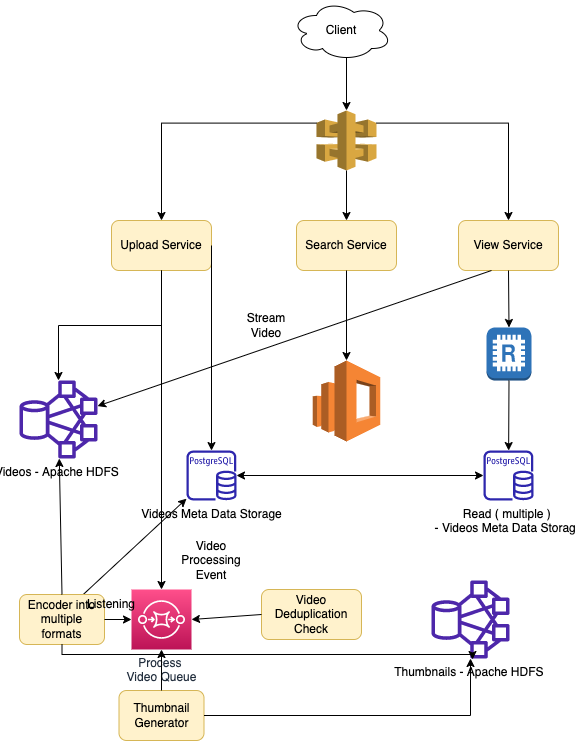
This is src/3_HLDDesignProblems/YouTubeVideoStreaming/HLD-YouTube-Streaming.drawio.png from Anshul619/HLD-System-Designs, a draw.io export, as it was before one commit. Source tidied: cells renumbered, new cells last; positions are measured from the earlier drawing's top-left corner, leaving out a move shared by most shapes. Its diagram source:
```xml
<mxGraphModel>
  <root>
    <mxCell id="0" />
    <mxCell id="1" parent="0" />
    <mxCell id="2" style="endArrow=classic;html=1;rounded=0;exitX=0.75;exitY=0;exitDx=0;exitDy=0;" parent="1" edge="1" source="13" target="30">
      <mxGeometry relative="1" as="geometry" />
    </mxCell>
    <mxCell id="3" value="Client" style="ellipse;shape=cloud;whiteSpace=wrap;html=1;" parent="1" vertex="1">
      <mxGeometry x="272" width="100" height="60" as="geometry" />
    </mxCell>
    <mxCell id="4" style="outlineConnect=0;dashed=0;verticalLabelPosition=bottom;verticalAlign=top;align=center;html=1;shape=mxgraph.aws3.api_gateway;fillColor=#D9A741;gradientColor=none;" parent="1" vertex="1">
      <mxGeometry x="297" y="110" width="60" height="60" as="geometry" />
    </mxCell>
    <mxCell id="5" style="endArrow=classic;html=1;rounded=0;exitX=0.55;exitY=0.95;exitDx=0;exitDy=0;exitPerimeter=0;" parent="1" edge="1" source="3" target="4">
      <mxGeometry relative="1" as="geometry" />
    </mxCell>
    <mxCell id="6" value="Upload Service" style="rounded=1;whiteSpace=wrap;html=1;fillColor=#fff2cc;strokeColor=#d6b656;" parent="1" vertex="1">
      <mxGeometry x="92" y="220" width="100" height="50" as="geometry" />
    </mxCell>
    <mxCell id="7" value="Search Service" style="rounded=1;whiteSpace=wrap;html=1;fillColor=#fff2cc;strokeColor=#d6b656;" parent="1" vertex="1">
      <mxGeometry x="277" y="220" width="100" height="50" as="geometry" />
    </mxCell>
    <mxCell id="8" value="View Service" style="rounded=1;whiteSpace=wrap;html=1;fillColor=#fff2cc;strokeColor=#d6b656;" parent="1" vertex="1">
      <mxGeometry x="439" y="220" width="100" height="50" as="geometry" />
    </mxCell>
    <mxCell id="9" style="endArrow=classic;html=1;rounded=0;entryX=0.5;entryY=0;entryDx=0;entryDy=0;exitX=0;exitY=0.21;exitDx=0;exitDy=0;exitPerimeter=0;edgeStyle=orthogonalEdgeStyle;" parent="1" edge="1" source="4" target="6">
      <mxGeometry relative="1" as="geometry" />
    </mxCell>
    <mxCell id="10" style="endArrow=classic;html=1;rounded=0;exitX=0.5;exitY=1;exitDx=0;exitDy=0;exitPerimeter=0;entryX=0.5;entryY=0;entryDx=0;entryDy=0;" parent="1" edge="1" source="4" target="7">
      <mxGeometry relative="1" as="geometry" />
    </mxCell>
    <mxCell id="11" style="endArrow=classic;html=1;rounded=0;exitX=1;exitY=0.21;exitDx=0;exitDy=0;exitPerimeter=0;entryX=0.5;entryY=0;entryDx=0;entryDy=0;edgeStyle=orthogonalEdgeStyle;" parent="1" edge="1" source="4" target="8">
      <mxGeometry relative="1" as="geometry" />
    </mxCell>
    <mxCell id="12" style="endArrow=classic;html=1;rounded=0;exitX=0.5;exitY=1;exitDx=0;exitDy=0;edgeStyle=orthogonalEdgeStyle;" parent="1" edge="1" source="6" target="21">
      <mxGeometry relative="1" as="geometry" />
    </mxCell>
    <mxCell id="13" value="Encoder into multiple formats" style="rounded=1;whiteSpace=wrap;html=1;fillColor=#fff2cc;strokeColor=#d6b656;" parent="1" vertex="1">
      <mxGeometry y="594" width="85" height="50" as="geometry" />
    </mxCell>
    <mxCell id="14" value="Thumbnail Generator" style="rounded=1;whiteSpace=wrap;html=1;fillColor=#fff2cc;strokeColor=#d6b656;" parent="1" vertex="1">
      <mxGeometry x="99.5" y="690" width="85" height="50" as="geometry" />
    </mxCell>
    <mxCell id="15" value="Process &lt;br&gt;Video Queue" style="sketch=0;points=[[0,0,0],[0.25,0,0],[0.5,0,0],[0.75,0,0],[1,0,0],[0,1,0],[0.25,1,0],[0.5,1,0],[0.75,1,0],[1,1,0],[0,0.25,0],[0,0.5,0],[0,0.75,0],[1,0.25,0],[1,0.5,0],[1,0.75,0]];outlineConnect=0;fontColor=#232F3E;gradientColor=#FF4F8B;gradientDirection=north;fillColor=#BC1356;strokeColor=#ffffff;dashed=0;verticalLabelPosition=bottom;verticalAlign=top;align=center;html=1;fontSize=12;fontStyle=0;shape=mxgraph.aws4.resourceIcon;resIcon=mxgraph.aws4.sqs;" parent="1" vertex="1">
      <mxGeometry x="112" y="589" width="60" height="60" as="geometry" />
    </mxCell>
    <mxCell id="16" style="endArrow=classic;html=1;rounded=0;edgeStyle=orthogonalEdgeStyle;" parent="1" edge="1" source="13" target="15">
      <mxGeometry relative="1" as="geometry" />
    </mxCell>
    <mxCell id="17" style="endArrow=classic;html=1;rounded=0;exitX=0.5;exitY=0;exitDx=0;exitDy=0;edgeStyle=orthogonalEdgeStyle;" parent="1" edge="1" source="14" target="15">
      <mxGeometry relative="1" as="geometry" />
    </mxCell>
    <mxCell id="18" style="endArrow=classic;html=1;rounded=0;exitX=0.5;exitY=1;exitDx=0;exitDy=0;entryX=0.5;entryY=0;entryDx=0;entryDy=0;entryPerimeter=0;edgeStyle=orthogonalEdgeStyle;" parent="1" edge="1" source="6" target="15">
      <mxGeometry relative="1" as="geometry" />
    </mxCell>
    <mxCell id="19" value="Video Processing Event" style="text;html=1;strokeColor=none;fillColor=none;align=center;verticalAlign=middle;whiteSpace=wrap;rounded=0;" parent="1" vertex="1">
      <mxGeometry x="147" y="540" width="90" height="40" as="geometry" />
    </mxCell>
    <mxCell id="20" style="endArrow=classic;html=1;rounded=0;exitX=1;exitY=0.5;exitDx=0;exitDy=0;edgeStyle=orthogonalEdgeStyle;" parent="1" edge="1" source="14" target="22">
      <mxGeometry relative="1" as="geometry" />
    </mxCell>
    <mxCell id="21" value="&lt;span style=&quot;color: rgb(0, 0, 0);&quot;&gt;Videos - Apache HDFS&amp;nbsp;&lt;/span&gt;" style="sketch=0;outlineConnect=0;fontColor=#232F3E;gradientColor=none;fillColor=#4D27AA;strokeColor=none;dashed=0;verticalLabelPosition=bottom;verticalAlign=top;align=center;html=1;fontSize=12;fontStyle=0;shape=mxgraph.aws4.hdfs_cluster;" parent="1" vertex="1">
      <mxGeometry y="380" width="78" height="78" as="geometry" />
    </mxCell>
    <mxCell id="22" value="&lt;span style=&quot;color: rgb(0, 0, 0);&quot;&gt;Thumbnails - Apache HDFS&amp;nbsp;&lt;/span&gt;" style="sketch=0;outlineConnect=0;fontColor=#232F3E;gradientColor=none;fillColor=#4D27AA;strokeColor=none;dashed=0;verticalLabelPosition=bottom;verticalAlign=top;align=center;html=1;fontSize=12;fontStyle=0;shape=mxgraph.aws4.hdfs_cluster;" parent="1" vertex="1">
      <mxGeometry x="412" y="580" width="78" height="78" as="geometry" />
    </mxCell>
    <mxCell id="23" style="endArrow=classic;html=1;rounded=0;exitX=0.5;exitY=0;exitDx=0;exitDy=0;" parent="1" edge="1" source="13" target="21">
      <mxGeometry relative="1" as="geometry" />
    </mxCell>
    <mxCell id="24" style="outlineConnect=0;dashed=0;verticalLabelPosition=bottom;verticalAlign=top;align=center;html=1;shape=mxgraph.aws3.elasticsearch_service;fillColor=#F58534;gradientColor=none;" parent="1" vertex="1">
      <mxGeometry x="293.2" y="360" width="67.5" height="81" as="geometry" />
    </mxCell>
    <mxCell id="25" style="endArrow=classic;html=1;rounded=0;exitX=0.5;exitY=1;exitDx=0;exitDy=0;entryX=0.5;entryY=0;entryDx=0;entryDy=0;entryPerimeter=0;" parent="1" edge="1" source="7" target="24">
      <mxGeometry relative="1" as="geometry" />
    </mxCell>
    <mxCell id="26" style="endArrow=classic;html=1;rounded=0;exitX=0.33;exitY=1;exitDx=0;exitDy=0;exitPerimeter=0;" parent="1" edge="1" source="8" target="21">
      <mxGeometry relative="1" as="geometry" />
    </mxCell>
    <mxCell id="27" value="Stream Video" style="text;html=1;strokeColor=none;fillColor=none;align=center;verticalAlign=middle;whiteSpace=wrap;rounded=0;" parent="1" vertex="1">
      <mxGeometry x="217" y="310" width="60" height="30" as="geometry" />
    </mxCell>
    <mxCell id="28" style="endArrow=classic;html=1;rounded=0;exitX=1;exitY=0.5;exitDx=0;exitDy=0;" parent="1" edge="1" source="6" target="30">
      <mxGeometry relative="1" as="geometry" />
    </mxCell>
    <mxCell id="29" style="endArrow=classic;html=1;rounded=0;exitX=0.5;exitY=1;exitDx=0;exitDy=0;entryX=0.526;entryY=1.013;entryDx=0;entryDy=0;entryPerimeter=0;edgeStyle=orthogonalEdgeStyle;" parent="1" edge="1" source="13" target="22">
      <mxGeometry relative="1" as="geometry" />
    </mxCell>
    <mxCell id="30" value="&lt;span style=&quot;color: rgb(0, 0, 0);&quot;&gt;Videos Meta Data Storage&lt;/span&gt;" style="sketch=0;outlineConnect=0;fontColor=#232F3E;gradientColor=none;fillColor=#2E27AD;strokeColor=none;dashed=0;verticalLabelPosition=bottom;verticalAlign=top;align=center;html=1;fontSize=12;fontStyle=0;shape=mxgraph.aws4.rds_postgresql_instance;" parent="1" vertex="1">
      <mxGeometry x="167" y="450" width="50" height="50" as="geometry" />
    </mxCell>
    <mxCell id="31" value="&lt;span style=&quot;color: rgb(0, 0, 0);&quot;&gt;Read ( multiple ) &lt;br&gt;- Videos Meta Data Storage&lt;/span&gt;" style="sketch=0;outlineConnect=0;fontColor=#232F3E;gradientColor=none;fillColor=#2E27AD;strokeColor=none;dashed=0;verticalLabelPosition=bottom;verticalAlign=top;align=center;html=1;fontSize=12;fontStyle=0;shape=mxgraph.aws4.rds_postgresql_instance;" parent="1" vertex="1">
      <mxGeometry x="464" y="450" width="50" height="50" as="geometry" />
    </mxCell>
    <mxCell id="32" style="endArrow=classic;startArrow=classic;html=1;rounded=0;" parent="1" edge="1" source="30" target="31">
      <mxGeometry relative="1" as="geometry" />
    </mxCell>
    <mxCell id="33" value="Listening" style="text;html=1;strokeColor=none;fillColor=none;align=center;verticalAlign=middle;whiteSpace=wrap;rounded=0;" parent="1" vertex="1">
      <mxGeometry x="62" y="589" width="60" height="30" as="geometry" />
    </mxCell>
    <mxCell id="34" style="outlineConnect=0;dashed=0;verticalLabelPosition=bottom;verticalAlign=top;align=center;html=1;shape=mxgraph.aws3.redis;fillColor=#2E73B8;gradientColor=none;" parent="1" vertex="1">
      <mxGeometry x="467" y="327" width="45" height="53" as="geometry" />
    </mxCell>
    <mxCell id="35" style="endArrow=classic;html=1;rounded=0;exitX=0.5;exitY=1;exitDx=0;exitDy=0;entryX=0.5;entryY=0;entryDx=0;entryDy=0;entryPerimeter=0;" parent="1" edge="1" source="8" target="34">
      <mxGeometry relative="1" as="geometry" />
    </mxCell>
    <mxCell id="36" style="endArrow=classic;html=1;rounded=0;exitX=0.5;exitY=1;exitDx=0;exitDy=0;exitPerimeter=0;" parent="1" edge="1" source="34" target="31">
      <mxGeometry relative="1" as="geometry" />
    </mxCell>
    <mxCell id="37" value="Video Deduplication Check" style="rounded=1;whiteSpace=wrap;html=1;fillColor=#fff2cc;strokeColor=#d6b656;" parent="1" vertex="1">
      <mxGeometry x="242" y="589" width="100" height="50" as="geometry" />
    </mxCell>
    <mxCell id="38" style="endArrow=classic;html=1;rounded=0;exitX=0;exitY=0.5;exitDx=0;exitDy=0;entryX=1;entryY=0.5;entryDx=0;entryDy=0;entryPerimeter=0;" parent="1" edge="1" source="37" target="15">
      <mxGeometry relative="1" as="geometry" />
    </mxCell>
  </root>
</mxGraphModel>
```
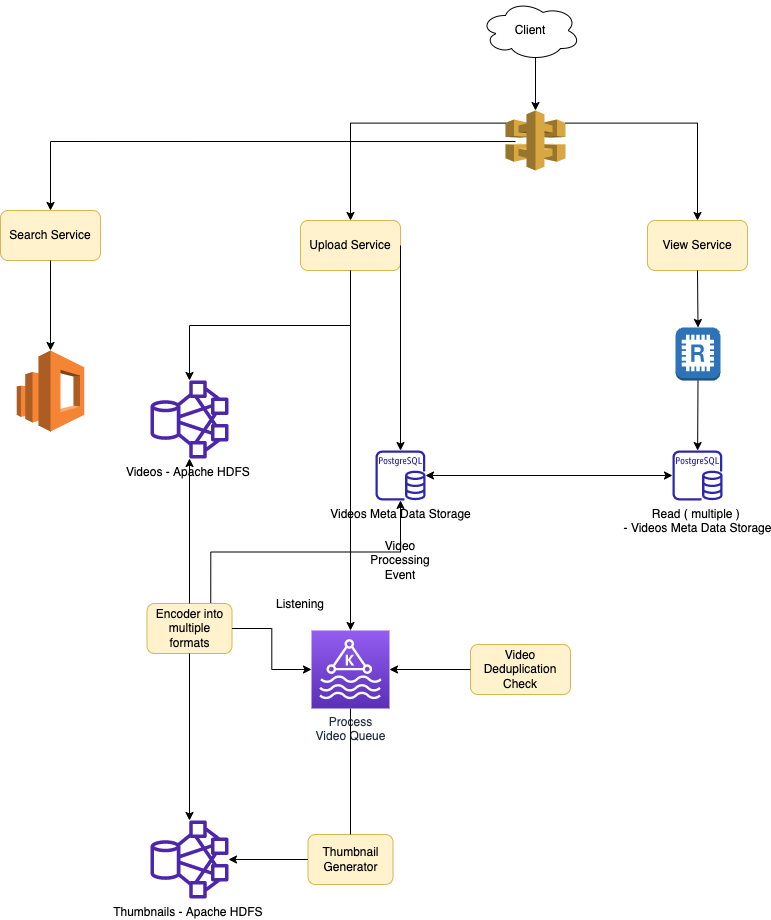
Above is the later version.

Change to the diagram source:
```diff
@@ -2,7 +2,7 @@
   <root>
     <mxCell id="0" />
     <mxCell id="1" parent="0" />
-    <mxCell id="2" style="endArrow=classic;html=1;rounded=0;exitX=0.75;exitY=0;exitDx=0;exitDy=0;" parent="1" edge="1" source="13" target="30">
+    <mxCell id="2" style="endArrow=classic;html=1;rounded=0;exitX=0.75;exitY=0;exitDx=0;exitDy=0;edgeStyle=orthogonalEdgeStyle;" parent="1" edge="1" source="13" target="30">
       <mxGeometry relative="1" as="geometry" />
     </mxCell>
     <mxCell id="3" value="Client" style="ellipse;shape=cloud;whiteSpace=wrap;html=1;" parent="1" vertex="1">
@@ -18,7 +18,7 @@
       <mxGeometry x="92" y="220" width="100" height="50" as="geometry" />
     </mxCell>
     <mxCell id="7" value="Search Service" style="rounded=1;whiteSpace=wrap;html=1;fillColor=#fff2cc;strokeColor=#d6b656;" parent="1" vertex="1">
-      <mxGeometry x="277" y="220" width="100" height="50" as="geometry" />
+      <mxGeometry x="-208" y="210" width="100" height="50" as="geometry" />
     </mxCell>
     <mxCell id="8" value="View Service" style="rounded=1;whiteSpace=wrap;html=1;fillColor=#fff2cc;strokeColor=#d6b656;" parent="1" vertex="1">
       <mxGeometry x="439" y="220" width="100" height="50" as="geometry" />
@@ -26,7 +26,7 @@
     <mxCell id="9" style="endArrow=classic;html=1;rounded=0;entryX=0.5;entryY=0;entryDx=0;entryDy=0;exitX=0;exitY=0.21;exitDx=0;exitDy=0;exitPerimeter=0;edgeStyle=orthogonalEdgeStyle;" parent="1" edge="1" source="4" target="6">
       <mxGeometry relative="1" as="geometry" />
     </mxCell>
-    <mxCell id="10" style="endArrow=classic;html=1;rounded=0;exitX=0.5;exitY=1;exitDx=0;exitDy=0;exitPerimeter=0;entryX=0.5;entryY=0;entryDx=0;entryDy=0;" parent="1" edge="1" source="4" target="7">
+    <mxCell id="10" style="endArrow=classic;html=1;rounded=0;exitX=0.167;exitY=0.517;exitDx=0;exitDy=0;exitPerimeter=0;entryX=0.5;entryY=0;entryDx=0;entryDy=0;edgeStyle=orthogonalEdgeStyle;" parent="1" edge="1" source="4" target="7">
       <mxGeometry relative="1" as="geometry" />
     </mxCell>
     <mxCell id="11" style="endArrow=classic;html=1;rounded=0;exitX=1;exitY=0.21;exitDx=0;exitDy=0;exitPerimeter=0;entryX=0.5;entryY=0;entryDx=0;entryDy=0;edgeStyle=orthogonalEdgeStyle;" parent="1" edge="1" source="4" target="8">
@@ -36,54 +36,47 @@
       <mxGeometry relative="1" as="geometry" />
     </mxCell>
     <mxCell id="13" value="Encoder into multiple formats" style="rounded=1;whiteSpace=wrap;html=1;fillColor=#fff2cc;strokeColor=#d6b656;" parent="1" vertex="1">
-      <mxGeometry y="594" width="85" height="50" as="geometry" />
+      <mxGeometry x="-61.5" y="603" width="85" height="50" as="geometry" />
     </mxCell>
     <mxCell id="14" value="Thumbnail Generator" style="rounded=1;whiteSpace=wrap;html=1;fillColor=#fff2cc;strokeColor=#d6b656;" parent="1" vertex="1">
-      <mxGeometry x="99.5" y="690" width="85" height="50" as="geometry" />
+      <mxGeometry x="99.5" y="834" width="85" height="50" as="geometry" />
     </mxCell>
-    <mxCell id="15" value="Process &lt;br&gt;Video Queue" style="sketch=0;points=[[0,0,0],[0.25,0,0],[0.5,0,0],[0.75,0,0],[1,0,0],[0,1,0],[0.25,1,0],[0.5,1,0],[0.75,1,0],[1,1,0],[0,0.25,0],[0,0.5,0],[0,0.75,0],[1,0.25,0],[1,0.5,0],[1,0.75,0]];outlineConnect=0;fontColor=#232F3E;gradientColor=#FF4F8B;gradientDirection=north;fillColor=#BC1356;strokeColor=#ffffff;dashed=0;verticalLabelPosition=bottom;verticalAlign=top;align=center;html=1;fontSize=12;fontStyle=0;shape=mxgraph.aws4.resourceIcon;resIcon=mxgraph.aws4.sqs;" parent="1" vertex="1">
-      <mxGeometry x="112" y="589" width="60" height="60" as="geometry" />
-    </mxCell>
     <mxCell id="16" style="endArrow=classic;html=1;rounded=0;edgeStyle=orthogonalEdgeStyle;" parent="1" edge="1" source="13" target="15">
       <mxGeometry relative="1" as="geometry" />
     </mxCell>
-    <mxCell id="17" style="endArrow=classic;html=1;rounded=0;exitX=0.5;exitY=0;exitDx=0;exitDy=0;edgeStyle=orthogonalEdgeStyle;" parent="1" edge="1" source="14" target="15">
-      <mxGeometry relative="1" as="geometry" />
+    <mxCell id="17" style="endArrow=classic;html=1;rounded=0;exitX=0.5;exitY=0;exitDx=0;exitDy=0;edgeStyle=orthogonalEdgeStyle;startArrow=none;" parent="1" edge="1" source="15">
+      <mxGeometry relative="1" as="geometry">
+        <mxPoint x="142" y="649" as="targetPoint" />
+      </mxGeometry>
     </mxCell>
-    <mxCell id="18" style="endArrow=classic;html=1;rounded=0;exitX=0.5;exitY=1;exitDx=0;exitDy=0;entryX=0.5;entryY=0;entryDx=0;entryDy=0;entryPerimeter=0;edgeStyle=orthogonalEdgeStyle;" parent="1" edge="1" source="6" target="15">
+    <mxCell id="18" style="endArrow=classic;html=1;rounded=0;exitX=0.5;exitY=1;exitDx=0;exitDy=0;edgeStyle=orthogonalEdgeStyle;" parent="1" edge="1" source="6" target="15">
       <mxGeometry relative="1" as="geometry" />
     </mxCell>
     <mxCell id="19" value="Video Processing Event" style="text;html=1;strokeColor=none;fillColor=none;align=center;verticalAlign=middle;whiteSpace=wrap;rounded=0;" parent="1" vertex="1">
       <mxGeometry x="147" y="540" width="90" height="40" as="geometry" />
     </mxCell>
-    <mxCell id="20" style="endArrow=classic;html=1;rounded=0;exitX=1;exitY=0.5;exitDx=0;exitDy=0;edgeStyle=orthogonalEdgeStyle;" parent="1" edge="1" source="14" target="22">
+    <mxCell id="20" style="endArrow=classic;html=1;rounded=0;exitX=0;exitY=0.5;exitDx=0;exitDy=0;edgeStyle=orthogonalEdgeStyle;" parent="1" edge="1" source="14" target="22">
       <mxGeometry relative="1" as="geometry" />
     </mxCell>
     <mxCell id="21" value="&lt;span style=&quot;color: rgb(0, 0, 0);&quot;&gt;Videos - Apache HDFS&amp;nbsp;&lt;/span&gt;" style="sketch=0;outlineConnect=0;fontColor=#232F3E;gradientColor=none;fillColor=#4D27AA;strokeColor=none;dashed=0;verticalLabelPosition=bottom;verticalAlign=top;align=center;html=1;fontSize=12;fontStyle=0;shape=mxgraph.aws4.hdfs_cluster;" parent="1" vertex="1">
-      <mxGeometry y="380" width="78" height="78" as="geometry" />
+      <mxGeometry x="-58" y="380" width="78" height="78" as="geometry" />
     </mxCell>
     <mxCell id="22" value="&lt;span style=&quot;color: rgb(0, 0, 0);&quot;&gt;Thumbnails - Apache HDFS&amp;nbsp;&lt;/span&gt;" style="sketch=0;outlineConnect=0;fontColor=#232F3E;gradientColor=none;fillColor=#4D27AA;strokeColor=none;dashed=0;verticalLabelPosition=bottom;verticalAlign=top;align=center;html=1;fontSize=12;fontStyle=0;shape=mxgraph.aws4.hdfs_cluster;" parent="1" vertex="1">
-      <mxGeometry x="412" y="580" width="78" height="78" as="geometry" />
+      <mxGeometry x="-58" y="820" width="78" height="78" as="geometry" />
     </mxCell>
     <mxCell id="23" style="endArrow=classic;html=1;rounded=0;exitX=0.5;exitY=0;exitDx=0;exitDy=0;" parent="1" edge="1" source="13" target="21">
       <mxGeometry relative="1" as="geometry" />
     </mxCell>
     <mxCell id="24" style="outlineConnect=0;dashed=0;verticalLabelPosition=bottom;verticalAlign=top;align=center;html=1;shape=mxgraph.aws3.elasticsearch_service;fillColor=#F58534;gradientColor=none;" parent="1" vertex="1">
-      <mxGeometry x="293.2" y="360" width="67.5" height="81" as="geometry" />
+      <mxGeometry x="-191.8" y="350" width="67.5" height="81" as="geometry" />
     </mxCell>
     <mxCell id="25" style="endArrow=classic;html=1;rounded=0;exitX=0.5;exitY=1;exitDx=0;exitDy=0;entryX=0.5;entryY=0;entryDx=0;entryDy=0;entryPerimeter=0;" parent="1" edge="1" source="7" target="24">
       <mxGeometry relative="1" as="geometry" />
     </mxCell>
-    <mxCell id="26" style="endArrow=classic;html=1;rounded=0;exitX=0.33;exitY=1;exitDx=0;exitDy=0;exitPerimeter=0;" parent="1" edge="1" source="8" target="21">
-      <mxGeometry relative="1" as="geometry" />
-    </mxCell>
-    <mxCell id="27" value="Stream Video" style="text;html=1;strokeColor=none;fillColor=none;align=center;verticalAlign=middle;whiteSpace=wrap;rounded=0;" parent="1" vertex="1">
-      <mxGeometry x="217" y="310" width="60" height="30" as="geometry" />
-    </mxCell>
     <mxCell id="28" style="endArrow=classic;html=1;rounded=0;exitX=1;exitY=0.5;exitDx=0;exitDy=0;" parent="1" edge="1" source="6" target="30">
       <mxGeometry relative="1" as="geometry" />
     </mxCell>
-    <mxCell id="29" style="endArrow=classic;html=1;rounded=0;exitX=0.5;exitY=1;exitDx=0;exitDy=0;entryX=0.526;entryY=1.013;entryDx=0;entryDy=0;entryPerimeter=0;edgeStyle=orthogonalEdgeStyle;" parent="1" edge="1" source="13" target="22">
+    <mxCell id="29" style="endArrow=classic;html=1;rounded=0;exitX=0.5;exitY=1;exitDx=0;exitDy=0;edgeStyle=orthogonalEdgeStyle;" parent="1" edge="1" source="13" target="22">
       <mxGeometry relative="1" as="geometry" />
     </mxCell>
     <mxCell id="30" value="&lt;span style=&quot;color: rgb(0, 0, 0);&quot;&gt;Videos Meta Data Storage&lt;/span&gt;" style="sketch=0;outlineConnect=0;fontColor=#232F3E;gradientColor=none;fillColor=#2E27AD;strokeColor=none;dashed=0;verticalLabelPosition=bottom;verticalAlign=top;align=center;html=1;fontSize=12;fontStyle=0;shape=mxgraph.aws4.rds_postgresql_instance;" parent="1" vertex="1">
@@ -108,10 +101,16 @@
       <mxGeometry relative="1" as="geometry" />
     </mxCell>
     <mxCell id="37" value="Video Deduplication Check" style="rounded=1;whiteSpace=wrap;html=1;fillColor=#fff2cc;strokeColor=#d6b656;" parent="1" vertex="1">
-      <mxGeometry x="242" y="589" width="100" height="50" as="geometry" />
+      <mxGeometry x="262" y="644" width="100" height="50" as="geometry" />
     </mxCell>
-    <mxCell id="38" style="endArrow=classic;html=1;rounded=0;exitX=0;exitY=0.5;exitDx=0;exitDy=0;entryX=1;entryY=0.5;entryDx=0;entryDy=0;entryPerimeter=0;" parent="1" edge="1" source="37" target="15">
+    <mxCell id="38" style="endArrow=classic;html=1;rounded=0;exitX=0;exitY=0.5;exitDx=0;exitDy=0;" parent="1" edge="1" source="37" target="15">
       <mxGeometry relative="1" as="geometry" />
     </mxCell>
+    <mxCell id="15" value="Process&lt;br&gt;Video Queue" style="sketch=0;points=[[0,0,0],[0.25,0,0],[0.5,0,0],[0.75,0,0],[1,0,0],[0,1,0],[0.25,1,0],[0.5,1,0],[0.75,1,0],[1,1,0],[0,0.25,0],[0,0.5,0],[0,0.75,0],[1,0.25,0],[1,0.5,0],[1,0.75,0]];outlineConnect=0;fontColor=#232F3E;gradientColor=#945DF2;gradientDirection=north;fillColor=#5A30B5;strokeColor=#ffffff;dashed=0;verticalLabelPosition=bottom;verticalAlign=top;align=center;html=1;fontSize=12;fontStyle=0;shape=mxgraph.aws4.resourceIcon;resIcon=mxgraph.aws4.managed_streaming_for_kafka;" parent="1" vertex="1">
+      <mxGeometry x="103" y="630" width="78" height="78" as="geometry" />
+    </mxCell>
+    <mxCell id="39" style="endArrow=none;html=1;rounded=0;exitX=0.5;exitY=0;exitDx=0;exitDy=0;edgeStyle=orthogonalEdgeStyle;" parent="1" edge="1" source="14" target="15">
+      <mxGeometry relative="1" as="geometry" />
+    </mxCell>
   </root>
 </mxGraphModel>
```
